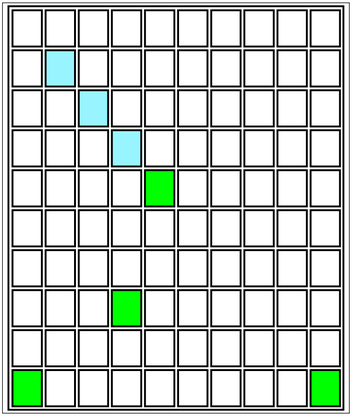
kevinmp2/IPC2_PROYECTO1_202103206 keeps this Graphviz diagram as grafica.png. Above is the earlier version. Its source is kept beside it as grafica.dot.
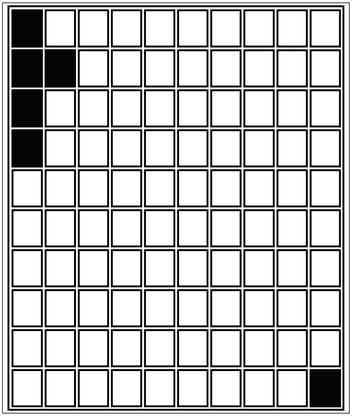
Above is the later version.

What changed in the source:
```diff
@@ -1,6 +1,6 @@
 digraph G {a0 [shape=record label=<<TABLE border="3" cellspacing="3" cellpadding="20">
 <TR>
-<TD> </TD>
+<TD bgcolor="gray2"> </TD>
 <TD> </TD>
 <TD> </TD>
 <TD> </TD>
@@ -12,8 +12,8 @@
 <TD> </TD>
 </TR>
 <TR>
-<TD> </TD>
-<TD bgcolor="cadetblue1"> </TD>
+<TD bgcolor="gray2"> </TD>
+<TD bgcolor="gray2"> </TD>
 <TD> </TD>
 <TD> </TD>
 <TD> </TD>
@@ -24,9 +24,9 @@
 <TD> </TD>
 </TR>
 <TR>
+<TD bgcolor="gray2"> </TD>
 <TD> </TD>
 <TD> </TD>
-<TD bgcolor="cadetblue1"> </TD>
 <TD> </TD>
 <TD> </TD>
 <TD> </TD>
@@ -36,23 +36,11 @@
 <TD> </TD>
 </TR>
 <TR>
-<TD> </TD>
-<TD> </TD>
-<TD> </TD>
-<TD bgcolor="cadetblue1"> </TD>
+<TD bgcolor="gray2"> </TD>
 <TD> </TD>
 <TD> </TD>
 <TD> </TD>
 <TD> </TD>
-<TD> </TD>
-<TD> </TD>
-</TR>
-<TR>
-<TD> </TD>
-<TD> </TD>
-<TD> </TD>
-<TD> </TD>
-<TD bgcolor="lime"> </TD>
 <TD> </TD>
 <TD> </TD>
 <TD> </TD>
@@ -87,7 +75,7 @@
 <TD> </TD>
 <TD> </TD>
 <TD> </TD>
-<TD bgcolor="lime"> </TD>
+<TD> </TD>
 <TD> </TD>
 <TD> </TD>
 <TD> </TD>
@@ -108,7 +96,6 @@
 <TD> </TD>
 </TR>
 <TR>
-<TD bgcolor="lime"> </TD>
 <TD> </TD>
 <TD> </TD>
 <TD> </TD>
@@ -117,6 +104,19 @@
 <TD> </TD>
 <TD> </TD>
 <TD> </TD>
-<TD bgcolor="lime"> </TD>
+<TD> </TD>
+<TD> </TD>
+</TR>
+<TR>
+<TD> </TD>
+<TD> </TD>
+<TD> </TD>
+<TD> </TD>
+<TD> </TD>
+<TD> </TD>
+<TD> </TD>
+<TD> </TD>
+<TD> </TD>
+<TD bgcolor="gray2"> </TD>
 </TR>
 </TABLE>>];}
```
